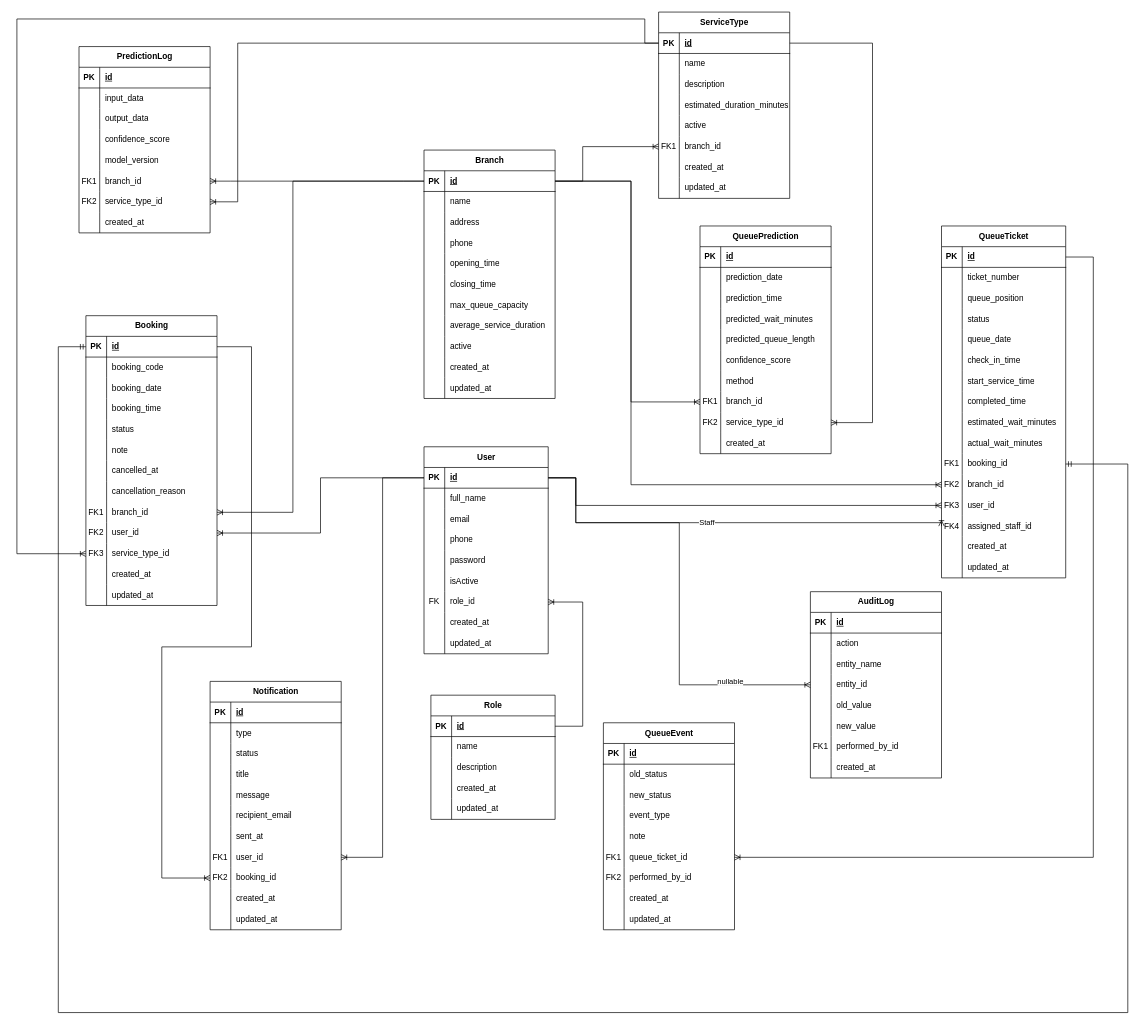
Before: page "ERD vers.1" (1 of 2) of docs/ERD/AI Smart Queue Booking Sys DB.drawio in DPKhang13/AI-Smart-Queue-Booking-System, a draw.io diagram. Source tidied: cells renumbered, new cells numbered last; positions are measured from the earlier drawing's top-left corner, leaving out a move shared by most shapes. Both pictures are drawn from the tidied source at 69%, with x=0, y=0 at pixel (17, 12).
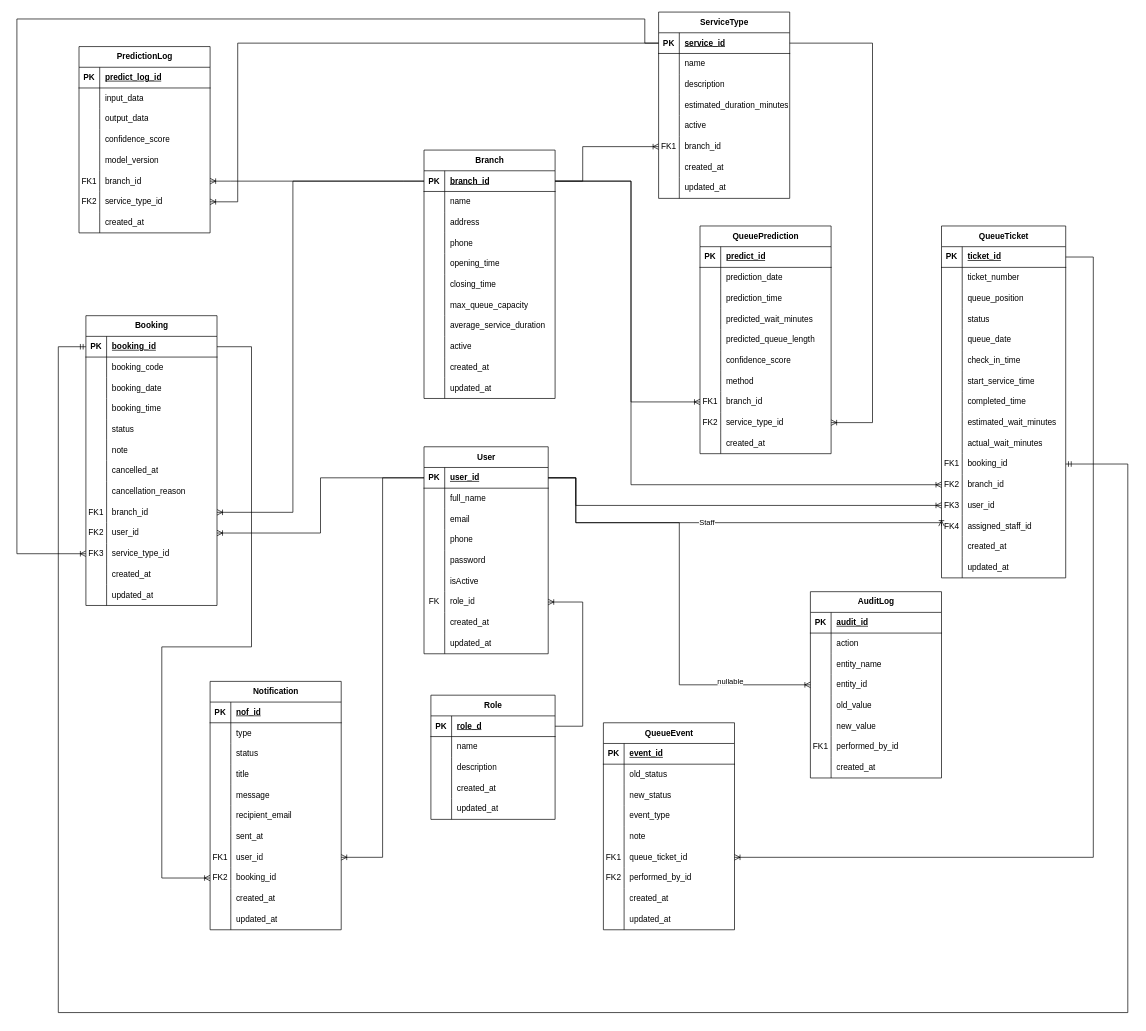
After the change.

Unchanged cells that the change refers to:
```xml
<mxCell id="3" style="shape=tableRow;horizontal=0;startSize=0;swimlaneHead=0;swimlaneBody=0;fillColor=none;points=[[0,0.5],[1,0.5]];portConstraint=eastwest;top=0;left=0;right=0;bottom=1;" parent="2" vertex="1">
  <mxGeometry y="30" width="180" height="30" as="geometry" />
</mxCell>
<mxCell id="31" style="shape=tableRow;horizontal=0;startSize=0;swimlaneHead=0;swimlaneBody=0;fillColor=none;points=[[0,0.5],[1,0.5]];portConstraint=eastwest;top=0;left=0;right=0;bottom=1;" parent="30" vertex="1">
  <mxGeometry y="30" width="180" height="30" as="geometry" />
</mxCell>
<mxCell id="47" style="shape=tableRow;horizontal=0;startSize=0;swimlaneHead=0;swimlaneBody=0;fillColor=none;points=[[0,0.5],[1,0.5]];portConstraint=eastwest;top=0;left=0;right=0;bottom=1;" parent="46" vertex="1">
  <mxGeometry y="30" width="190" height="30" as="geometry" />
</mxCell>
<mxCell id="81" style="shape=tableRow;horizontal=0;startSize=0;swimlaneHead=0;swimlaneBody=0;fillColor=none;points=[[0,0.5],[1,0.5]];portConstraint=eastwest;top=0;left=0;right=0;bottom=1;" parent="80" vertex="1">
  <mxGeometry y="30" width="190" height="30" as="geometry" />
</mxCell>
<mxCell id="121" style="shape=tableRow;horizontal=0;startSize=0;swimlaneHead=0;swimlaneBody=0;fillColor=none;points=[[0,0.5],[1,0.5]];portConstraint=eastwest;top=0;left=0;right=0;bottom=1;" parent="120" vertex="1">
  <mxGeometry y="30" width="180" height="30" as="geometry" />
</mxCell>
<mxCell id="170" style="shape=tableRow;horizontal=0;startSize=0;swimlaneHead=0;swimlaneBody=0;fillColor=none;top=0;left=0;right=0;bottom=1;" parent="169" vertex="1">
  <mxGeometry y="30" width="190" height="30" as="geometry" />
</mxCell>
<mxCell id="198" style="shape=tableRow;horizontal=0;startSize=0;swimlaneHead=0;swimlaneBody=0;fillColor=none;top=0;left=0;right=0;bottom=1;" parent="197" vertex="1">
  <mxGeometry y="30" width="190" height="30" as="geometry" />
</mxCell>
<mxCell id="232" style="shape=tableRow;horizontal=0;startSize=0;swimlaneHead=0;swimlaneBody=0;fillColor=none;top=0;left=0;right=0;bottom=1;" parent="231" vertex="1">
  <mxGeometry y="30" width="190" height="30" as="geometry" />
</mxCell>
<mxCell id="263" style="shape=tableRow;horizontal=0;startSize=0;swimlaneHead=0;swimlaneBody=0;fillColor=none;top=0;left=0;right=0;bottom=1;" parent="262" vertex="1">
  <mxGeometry y="30" width="190" height="30" as="geometry" />
</mxCell>
<mxCell id="288" style="shape=tableRow;horizontal=0;startSize=0;swimlaneHead=0;swimlaneBody=0;fillColor=none;top=0;left=0;right=0;bottom=1;" parent="287" vertex="1">
  <mxGeometry y="30" width="190" height="30" as="geometry" />
</mxCell>
<mxCell id="313" style="shape=tableRow;horizontal=0;startSize=0;swimlaneHead=0;swimlaneBody=0;fillColor=none;points=[[0,0.5],[1,0.5]];portConstraint=eastwest;top=0;left=0;right=0;bottom=1;" parent="312" vertex="1">
  <mxGeometry y="30" width="190" height="30" as="geometry" />
</mxCell>
```

The edit, as a diff of the source:
```diff
@@
-    <mxCell id="5" value="id" style="shape=partialRectangle;fillColor=none;top=0;left=0;bottom=0;right=0;align=left;spacingLeft=6;fontStyle=5;overflow=hidden;whiteSpace=wrap;html=1;" parent="3" vertex="1">
+    <mxCell id="5" value="user_id" style="shape=partialRectangle;fillColor=none;top=0;left=0;bottom=0;right=0;align=left;spacingLeft=6;fontStyle=5;overflow=hidden;whiteSpace=wrap;html=1;" parent="3" vertex="1">
       <mxGeometry x="30" width="150" height="30" as="geometry" />
     </mxCell>
@@
-    <mxCell id="33" value="id" style="shape=partialRectangle;fillColor=none;top=0;left=0;bottom=0;right=0;align=left;spacingLeft=6;fontStyle=5;overflow=hidden;whiteSpace=wrap;html=1;" parent="31" vertex="1">
+    <mxCell id="33" value="role_d" style="shape=partialRectangle;fillColor=none;top=0;left=0;bottom=0;right=0;align=left;spacingLeft=6;fontStyle=5;overflow=hidden;whiteSpace=wrap;html=1;" parent="31" vertex="1">
       <mxGeometry x="30" width="150" height="30" as="geometry" />
     </mxCell>
@@
-    <mxCell id="49" value="id" style="shape=partialRectangle;fillColor=none;top=0;left=0;bottom=0;right=0;align=left;spacingLeft=6;fontStyle=5;overflow=hidden;whiteSpace=wrap;html=1;" parent="47" vertex="1">
+    <mxCell id="49" value="branch_id" style="shape=partialRectangle;fillColor=none;top=0;left=0;bottom=0;right=0;align=left;spacingLeft=6;fontStyle=5;overflow=hidden;whiteSpace=wrap;html=1;" parent="47" vertex="1">
       <mxGeometry x="30" width="160" height="30" as="geometry" />
     </mxCell>
@@
-    <mxCell id="83" value="id" style="shape=partialRectangle;fillColor=none;top=0;left=0;bottom=0;right=0;align=left;spacingLeft=6;fontStyle=5;overflow=hidden;whiteSpace=wrap;html=1;" parent="81" vertex="1">
+    <mxCell id="83" value="booking_id" style="shape=partialRectangle;fillColor=none;top=0;left=0;bottom=0;right=0;align=left;spacingLeft=6;fontStyle=5;overflow=hidden;whiteSpace=wrap;html=1;" parent="81" vertex="1">
       <mxGeometry x="30" width="160" height="30" as="geometry" />
     </mxCell>
@@
-    <mxCell id="123" value="id" style="shape=partialRectangle;fillColor=none;top=0;left=0;bottom=0;right=0;align=left;spacingLeft=6;fontStyle=5;overflow=hidden;whiteSpace=wrap;html=1;" parent="121" vertex="1">
+    <mxCell id="123" value="ticket_id" style="shape=partialRectangle;fillColor=none;top=0;left=0;bottom=0;right=0;align=left;spacingLeft=6;fontStyle=5;overflow=hidden;whiteSpace=wrap;html=1;" parent="121" vertex="1">
       <mxGeometry x="30" width="150" height="30" as="geometry" />
     </mxCell>
@@
-    <mxCell id="172" value="id" style="shape=partialRectangle;fillColor=none;top=0;left=0;bottom=0;right=0;align=left;spacingLeft=6;fontStyle=5;overflow=hidden;whiteSpace=wrap;html=1;" parent="170" vertex="1">
+    <mxCell id="172" value="event_id" style="shape=partialRectangle;fillColor=none;top=0;left=0;bottom=0;right=0;align=left;spacingLeft=6;fontStyle=5;overflow=hidden;whiteSpace=wrap;html=1;" parent="170" vertex="1">
       <mxGeometry x="30" width="160" height="30" as="geometry" />
     </mxCell>
@@
-    <mxCell id="200" value="id" style="shape=partialRectangle;fillColor=none;top=0;left=0;bottom=0;right=0;align=left;spacingLeft=6;fontStyle=5;overflow=hidden;whiteSpace=wrap;html=1;" parent="198" vertex="1">
+    <mxCell id="200" value="nof_id" style="shape=partialRectangle;fillColor=none;top=0;left=0;bottom=0;right=0;align=left;spacingLeft=6;fontStyle=5;overflow=hidden;whiteSpace=wrap;html=1;" parent="198" vertex="1">
       <mxGeometry x="30" width="160" height="30" as="geometry" />
     </mxCell>
@@
-    <mxCell id="234" value="id" style="shape=partialRectangle;fillColor=none;top=0;left=0;bottom=0;right=0;align=left;spacingLeft=6;fontStyle=5;overflow=hidden;whiteSpace=wrap;html=1;" parent="232" vertex="1">
+    <mxCell id="234" value="predict_id" style="shape=partialRectangle;fillColor=none;top=0;left=0;bottom=0;right=0;align=left;spacingLeft=6;fontStyle=5;overflow=hidden;whiteSpace=wrap;html=1;" parent="232" vertex="1">
       <mxGeometry x="30" width="160" height="30" as="geometry" />
     </mxCell>
@@
-    <mxCell id="265" value="id" style="shape=partialRectangle;fillColor=none;top=0;left=0;bottom=0;right=0;align=left;spacingLeft=6;fontStyle=5;overflow=hidden;whiteSpace=wrap;html=1;" parent="263" vertex="1">
+    <mxCell id="265" value="predict_log_id" style="shape=partialRectangle;fillColor=none;top=0;left=0;bottom=0;right=0;align=left;spacingLeft=6;fontStyle=5;overflow=hidden;whiteSpace=wrap;html=1;" parent="263" vertex="1">
       <mxGeometry x="30" width="160" height="30" as="geometry" />
     </mxCell>
@@
-    <mxCell id="290" value="id" style="shape=partialRectangle;fillColor=none;top=0;left=0;bottom=0;right=0;align=left;spacingLeft=6;fontStyle=5;overflow=hidden;whiteSpace=wrap;html=1;" parent="288" vertex="1">
+    <mxCell id="290" value="audit_id" style="shape=partialRectangle;fillColor=none;top=0;left=0;bottom=0;right=0;align=left;spacingLeft=6;fontStyle=5;overflow=hidden;whiteSpace=wrap;html=1;" parent="288" vertex="1">
       <mxGeometry x="30" width="160" height="30" as="geometry" />
     </mxCell>
@@
-    <mxCell id="315" value="id" style="shape=partialRectangle;fillColor=none;top=0;left=0;bottom=0;right=0;align=left;spacingLeft=6;fontStyle=5;overflow=hidden;whiteSpace=wrap;html=1;" parent="313" vertex="1">
+    <mxCell id="315" value="service_id" style="shape=partialRectangle;fillColor=none;top=0;left=0;bottom=0;right=0;align=left;spacingLeft=6;fontStyle=5;overflow=hidden;whiteSpace=wrap;html=1;" parent="313" vertex="1">
       <mxGeometry x="30" width="160" height="30" as="geometry" />
     </mxCell>
```
